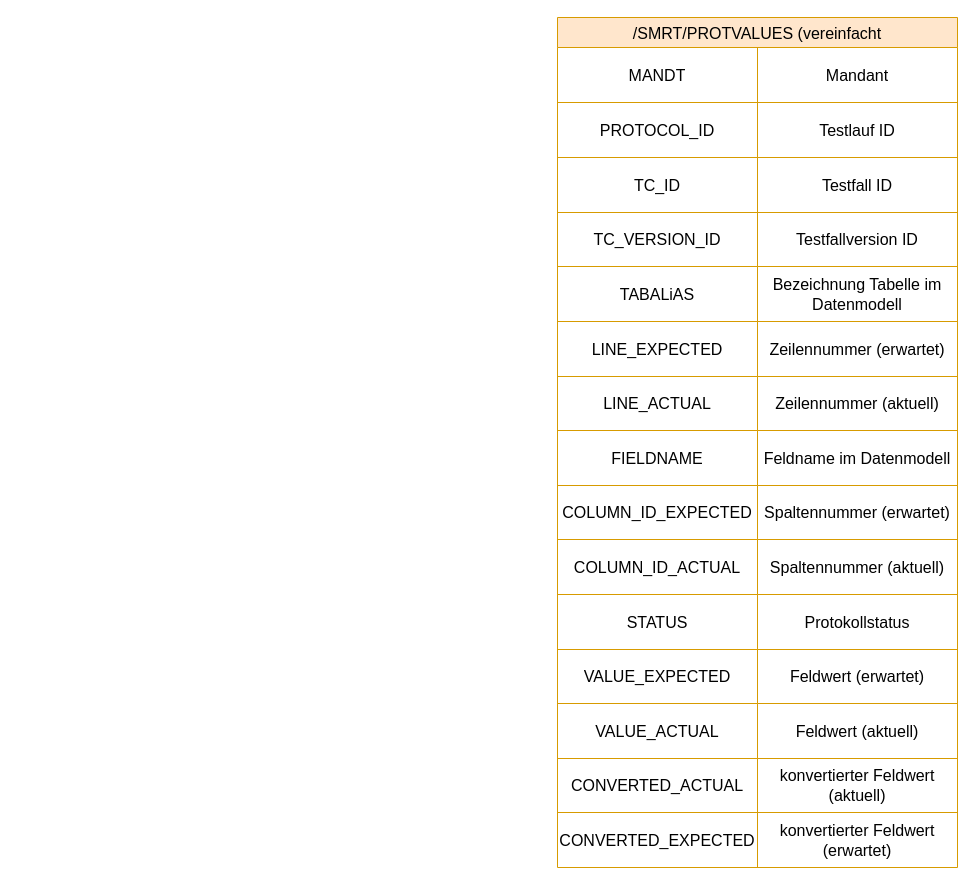
This is Strukturierte Ansicht DatenModell.drawio from Raaphaaa/UI5-Playground, a draw.io file, before an edit. Source tidied: cells renumbered, new cells numbered last; positions are measured from the earlier drawing's top-left corner, leaving out a move shared by most shapes. Both pictures are drawn from the tidied source at 100%, with x=0, y=0 at pixel (557, 17).
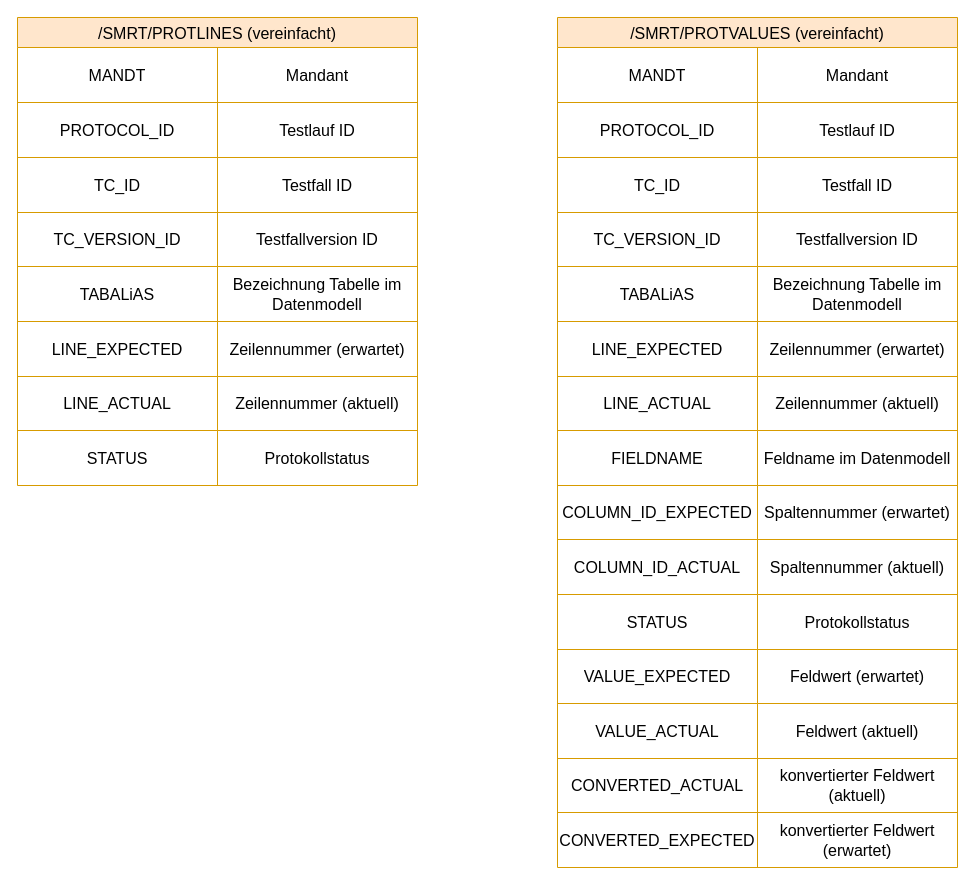
After the change.

Change to the diagram source:
```diff
@@
-    <mxCell id="2" value="/SMRT/PROTVALUES (vereinfacht" style="shape=table;startSize=30;childLayout=tableLayout;strokeColor=#d79b00;fontSize=16;fillColor=#ffe6cc;" parent="1" vertex="1">
+    <mxCell id="2" value="/SMRT/PROTVALUES (vereinfacht)" style="shape=table;startSize=30;childLayout=tableLayout;strokeColor=#d79b00;fontSize=16;fillColor=#ffe6cc;" parent="1" vertex="1">
       <mxGeometry width="400" height="850" as="geometry" />
     </mxCell>
@@
+    <mxCell id="48" value="/SMRT/PROTLINES (vereinfacht)" style="shape=table;startSize=30;childLayout=tableLayout;strokeColor=#d79b00;fontSize=16;fillColor=#ffe6cc;" parent="1" vertex="1">
+      <mxGeometry x="-540" width="400" height="468" as="geometry" />
+    </mxCell>
+    <mxCell id="49" style="shape=tableRow;horizontal=0;startSize=0;swimlaneHead=0;swimlaneBody=0;strokeColor=inherit;top=0;left=0;bottom=0;right=0;fillColor=none;fontSize=16;" parent="48" vertex="1">
+      <mxGeometry y="30" width="400" height="55" as="geometry" />
+    </mxCell>
+    <mxCell id="50" value="MANDT" style="shape=partialRectangle;html=1;whiteSpace=wrap;strokeColor=inherit;overflow=hidden;fillColor=none;top=0;left=0;bottom=0;right=0;fontSize=16;" parent="49" vertex="1">
+      <mxGeometry width="200" height="55" as="geometry" />
+    </mxCell>
+    <mxCell id="51" value="Mandant" style="shape=partialRectangle;html=1;whiteSpace=wrap;strokeColor=inherit;overflow=hidden;fillColor=none;top=0;left=0;bottom=0;right=0;fontSize=16;" parent="49" vertex="1">
+      <mxGeometry x="200" width="200" height="55" as="geometry" />
+    </mxCell>
+    <mxCell id="52" style="shape=tableRow;horizontal=0;startSize=0;swimlaneHead=0;swimlaneBody=0;strokeColor=inherit;top=0;left=0;bottom=0;right=0;fillColor=none;fontSize=16;" parent="48" vertex="1">
+      <mxGeometry y="85" width="400" height="55" as="geometry" />
+    </mxCell>
+    <mxCell id="53" value="PROTOCOL_ID" style="shape=partialRectangle;html=1;whiteSpace=wrap;strokeColor=inherit;overflow=hidden;fillColor=none;top=0;left=0;bottom=0;right=0;fontSize=16;" parent="52" vertex="1">
+      <mxGeometry width="200" height="55" as="geometry" />
+    </mxCell>
+    <mxCell id="54" value="Testlauf ID" style="shape=partialRectangle;html=1;whiteSpace=wrap;strokeColor=inherit;overflow=hidden;fillColor=none;top=0;left=0;bottom=0;right=0;fontSize=16;" parent="52" vertex="1">
+      <mxGeometry x="200" width="200" height="55" as="geometry" />
+    </mxCell>
+    <mxCell id="55" style="shape=tableRow;horizontal=0;startSize=0;swimlaneHead=0;swimlaneBody=0;strokeColor=inherit;top=0;left=0;bottom=0;right=0;fillColor=none;fontSize=16;" parent="48" vertex="1">
+      <mxGeometry y="140" width="400" height="55" as="geometry" />
+    </mxCell>
+    <mxCell id="56" value="TC_ID" style="shape=partialRectangle;html=1;whiteSpace=wrap;strokeColor=inherit;overflow=hidden;fillColor=none;top=0;left=0;bottom=0;right=0;fontSize=16;" parent="55" vertex="1">
+      <mxGeometry width="200" height="55" as="geometry" />
+    </mxCell>
+    <mxCell id="57" value="Testfall ID" style="shape=partialRectangle;html=1;whiteSpace=wrap;strokeColor=inherit;overflow=hidden;fillColor=none;top=0;left=0;bottom=0;right=0;fontSize=16;" parent="55" vertex="1">
+      <mxGeometry x="200" width="200" height="55" as="geometry" />
+    </mxCell>
+    <mxCell id="58" style="shape=tableRow;horizontal=0;startSize=0;swimlaneHead=0;swimlaneBody=0;strokeColor=inherit;top=0;left=0;bottom=0;right=0;fillColor=none;fontSize=16;" parent="48" vertex="1">
+      <mxGeometry y="195" width="400" height="54" as="geometry" />
+    </mxCell>
+    <mxCell id="59" value="TC_VERSION_ID" style="shape=partialRectangle;html=1;whiteSpace=wrap;strokeColor=inherit;overflow=hidden;fillColor=none;top=0;left=0;bottom=0;right=0;fontSize=16;" parent="58" vertex="1">
+      <mxGeometry width="200" height="54" as="geometry" />
+    </mxCell>
+    <mxCell id="60" value="Testfallversion ID" style="shape=partialRectangle;html=1;whiteSpace=wrap;strokeColor=inherit;overflow=hidden;fillColor=none;top=0;left=0;bottom=0;right=0;fontSize=16;" parent="58" vertex="1">
+      <mxGeometry x="200" width="200" height="54" as="geometry" />
+    </mxCell>
+    <mxCell id="61" style="shape=tableRow;horizontal=0;startSize=0;swimlaneHead=0;swimlaneBody=0;strokeColor=inherit;top=0;left=0;bottom=0;right=0;fillColor=none;fontSize=16;" parent="48" vertex="1">
+      <mxGeometry y="249" width="400" height="55" as="geometry" />
+    </mxCell>
+    <mxCell id="62" value="TABALiAS" style="shape=partialRectangle;html=1;whiteSpace=wrap;strokeColor=inherit;overflow=hidden;fillColor=none;top=0;left=0;bottom=0;right=0;fontSize=16;" parent="61" vertex="1">
+      <mxGeometry width="200" height="55" as="geometry" />
+    </mxCell>
+    <mxCell id="63" value="Bezeichnung Tabelle im Datenmodell" style="shape=partialRectangle;html=1;whiteSpace=wrap;strokeColor=inherit;overflow=hidden;fillColor=none;top=0;left=0;bottom=0;right=0;fontSize=16;" parent="61" vertex="1">
+      <mxGeometry x="200" width="200" height="55" as="geometry" />
+    </mxCell>
+    <mxCell id="64" style="shape=tableRow;horizontal=0;startSize=0;swimlaneHead=0;swimlaneBody=0;strokeColor=inherit;top=0;left=0;bottom=0;right=0;fillColor=none;fontSize=16;" parent="48" vertex="1">
+      <mxGeometry y="304" width="400" height="55" as="geometry" />
+    </mxCell>
+    <mxCell id="65" value="LINE_EXPECTED" style="shape=partialRectangle;html=1;whiteSpace=wrap;strokeColor=inherit;overflow=hidden;fillColor=none;top=0;left=0;bottom=0;right=0;fontSize=16;" parent="64" vertex="1">
+      <mxGeometry width="200" height="55" as="geometry" />
+    </mxCell>
+    <mxCell id="66" value="Zeilennummer (erwartet)" style="shape=partialRectangle;html=1;whiteSpace=wrap;strokeColor=inherit;overflow=hidden;fillColor=none;top=0;left=0;bottom=0;right=0;fontSize=16;" parent="64" vertex="1">
+      <mxGeometry x="200" width="200" height="55" as="geometry" />
+    </mxCell>
+    <mxCell id="67" style="shape=tableRow;horizontal=0;startSize=0;swimlaneHead=0;swimlaneBody=0;strokeColor=inherit;top=0;left=0;bottom=0;right=0;fillColor=none;fontSize=16;" parent="48" vertex="1">
+      <mxGeometry y="359" width="400" height="54" as="geometry" />
+    </mxCell>
+    <mxCell id="68" value="LINE_ACTUAL" style="shape=partialRectangle;html=1;whiteSpace=wrap;strokeColor=inherit;overflow=hidden;fillColor=none;top=0;left=0;bottom=0;right=0;fontSize=16;" parent="67" vertex="1">
+      <mxGeometry width="200" height="54" as="geometry" />
+    </mxCell>
+    <mxCell id="69" value="Zeilennummer (aktuell)" style="shape=partialRectangle;html=1;whiteSpace=wrap;strokeColor=inherit;overflow=hidden;fillColor=none;top=0;left=0;bottom=0;right=0;fontSize=16;" parent="67" vertex="1">
+      <mxGeometry x="200" width="200" height="54" as="geometry" />
+    </mxCell>
+    <mxCell id="70" style="shape=tableRow;horizontal=0;startSize=0;swimlaneHead=0;swimlaneBody=0;strokeColor=inherit;top=0;left=0;bottom=0;right=0;fillColor=none;fontSize=16;" parent="48" vertex="1">
+      <mxGeometry y="413" width="400" height="55" as="geometry" />
+    </mxCell>
+    <mxCell id="71" value="STATUS" style="shape=partialRectangle;html=1;whiteSpace=wrap;strokeColor=inherit;overflow=hidden;fillColor=none;top=0;left=0;bottom=0;right=0;fontSize=16;" parent="70" vertex="1">
+      <mxGeometry width="200" height="55" as="geometry" />
+    </mxCell>
+    <mxCell id="72" value="Protokollstatus" style="shape=partialRectangle;html=1;whiteSpace=wrap;strokeColor=inherit;overflow=hidden;fillColor=none;top=0;left=0;bottom=0;right=0;fontSize=16;" parent="70" vertex="1">
+      <mxGeometry x="200" width="200" height="55" as="geometry" />
+    </mxCell>
```
